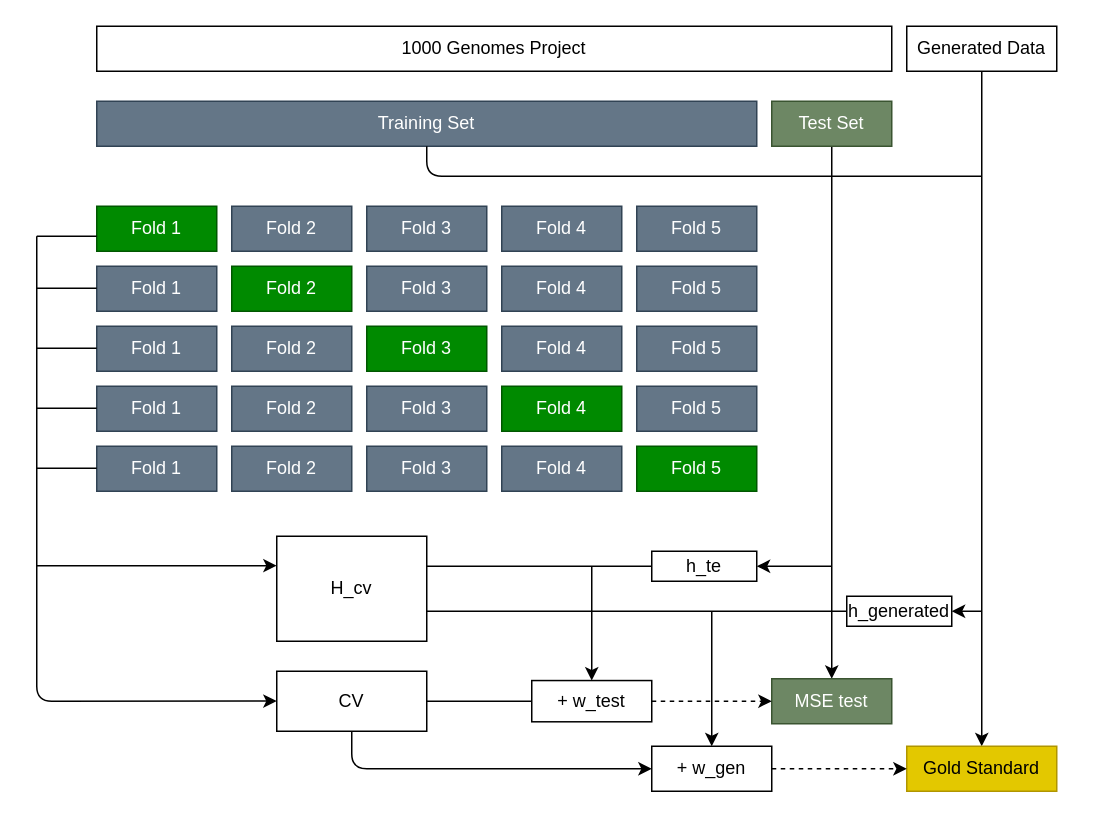
The draw.io diagram fig/CVc_diagram.drawio in ArchibaldChain/CVc_in_bioinformatics, before the edit. Source tidied: cells renumbered, new cells numbered last; positions are measured from the earlier drawing's top-left corner, leaving out a move shared by most shapes. Both pictures are drawn from the tidied source at 150%, with x=0, y=0 at pixel (36, 26).
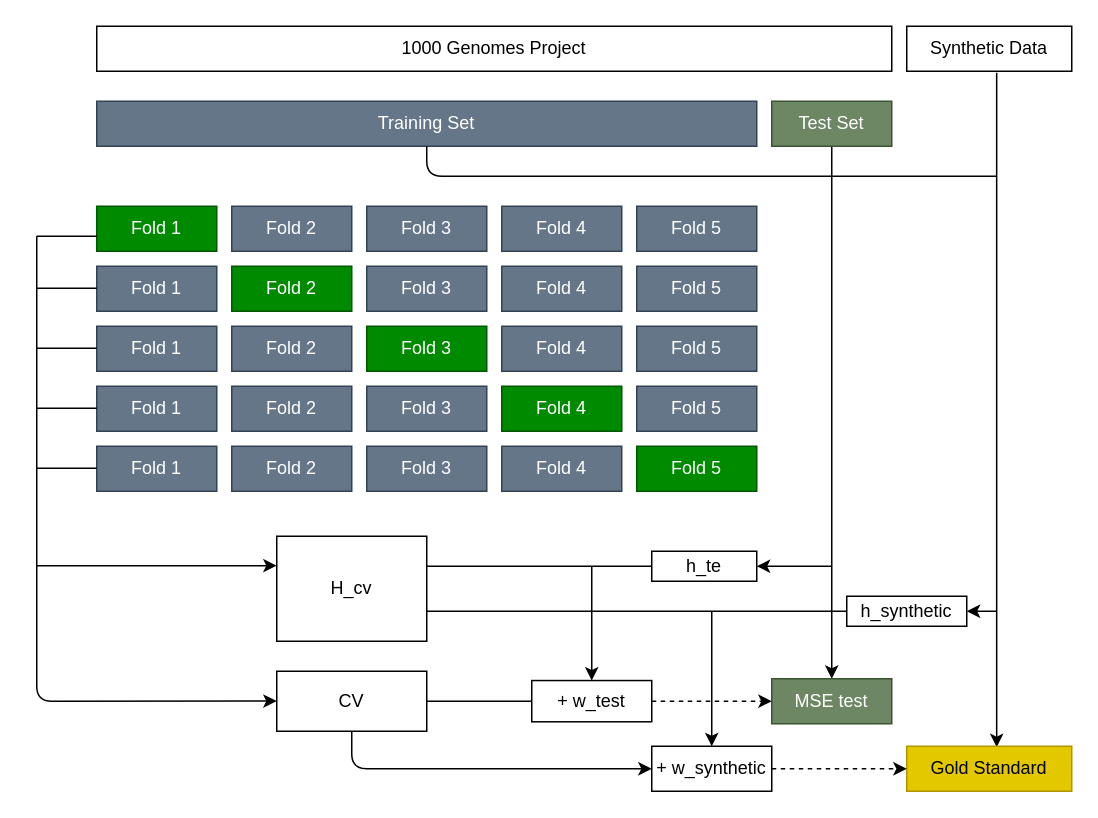
The same diagram, later.

Unchanged cells that the change refers to:
```xml
<mxCell id="3" value="Training Set" style="rounded=0;whiteSpace=wrap;html=1;fillColor=#647687;fontColor=#ffffff;strokeColor=#314354;" parent="1" vertex="1">
  <mxGeometry x="40" y="50" width="440" height="30" as="geometry" />
</mxCell>
```

Change to the diagram source:
```diff
@@
-    <mxCell id="30" style="edgeStyle=none;html=1;exitX=0.5;exitY=1;exitDx=0;exitDy=0;entryX=0.5;entryY=0;entryDx=0;entryDy=0;shadow=0;strokeColor=default;" parent="1" edge="1" source="31" target="33">
+    <mxCell id="30" style="edgeStyle=none;html=1;exitX=0.545;exitY=1.036;exitDx=0;exitDy=0;entryX=0.545;entryY=0.021;entryDx=0;entryDy=0;shadow=0;strokeColor=default;entryPerimeter=0;exitPerimeter=0;" parent="1" edge="1" source="31" target="33">
       <mxGeometry relative="1" as="geometry" />
     </mxCell>
-    <mxCell id="31" value="Generated Data" style="rounded=0;whiteSpace=wrap;html=1;" parent="1" vertex="1">
-      <mxGeometry x="580" width="100" height="30" as="geometry" />
+    <mxCell id="31" value="Synthetic Data" style="rounded=0;whiteSpace=wrap;html=1;" parent="1" vertex="1">
+      <mxGeometry x="580" width="110" height="30" as="geometry" />
     </mxCell>
@@
     <mxCell id="33" value="Gold Standard" style="rounded=0;whiteSpace=wrap;html=1;fillColor=#e3c800;fontColor=#000000;strokeColor=#B09500;" parent="1" vertex="1">
-      <mxGeometry x="580" y="480" width="100" height="30" as="geometry" />
+      <mxGeometry x="580" y="480" width="110" height="30" as="geometry" />
     </mxCell>
@@
     <mxCell id="42" style="endArrow=none;html=1;entryX=0.5;entryY=1;entryDx=0;entryDy=0;" parent="1" edge="1" target="3">
       <mxGeometry relative="1" as="geometry">
-        <mxPoint x="630" y="100" as="sourcePoint" />
+        <mxPoint x="640" y="100" as="sourcePoint" />
         <Array as="points">
           <mxPoint x="260" y="100" />
         </Array>
       </mxGeometry>
     </mxCell>
@@
-    <mxCell id="52" value="h_generated" style="rounded=0;whiteSpace=wrap;html=1;" parent="1" vertex="1">
-      <mxGeometry x="540" y="380" width="70" height="20" as="geometry" />
+    <mxCell id="52" value="h_synthetic" style="rounded=0;whiteSpace=wrap;html=1;" parent="1" vertex="1">
+      <mxGeometry x="540" y="380" width="80" height="20" as="geometry" />
     </mxCell>
@@
-    <mxCell id="54" style="endArrow=classic;html=1;shadow=0;strokeColor=default;entryX=1;entryY=0.5;entryDx=0;entryDy=0;" parent="1" edge="1" target="52">
-      <mxGeometry relative="1" as="geometry">
-        <mxPoint x="630" y="390" as="sourcePoint" />
-      </mxGeometry>
-    </mxCell>
@@
-    <mxCell id="56" value="+ w_gen" style="rounded=0;whiteSpace=wrap;html=1;" parent="1" vertex="1">
+    <mxCell id="56" value="+ w_synthetic" style="rounded=0;whiteSpace=wrap;html=1;" parent="1" vertex="1">
       <mxGeometry x="410" y="480" width="80" height="30" as="geometry" />
     </mxCell>
@@
+    <mxCell id="59" style="endArrow=classic;html=1;entryX=1;entryY=0.5;entryDx=0;entryDy=0;" parent="1" edge="1" target="52">
+      <mxGeometry relative="1" as="geometry">
+        <mxPoint x="640" y="390" as="sourcePoint" />
+      </mxGeometry>
+    </mxCell>
```
